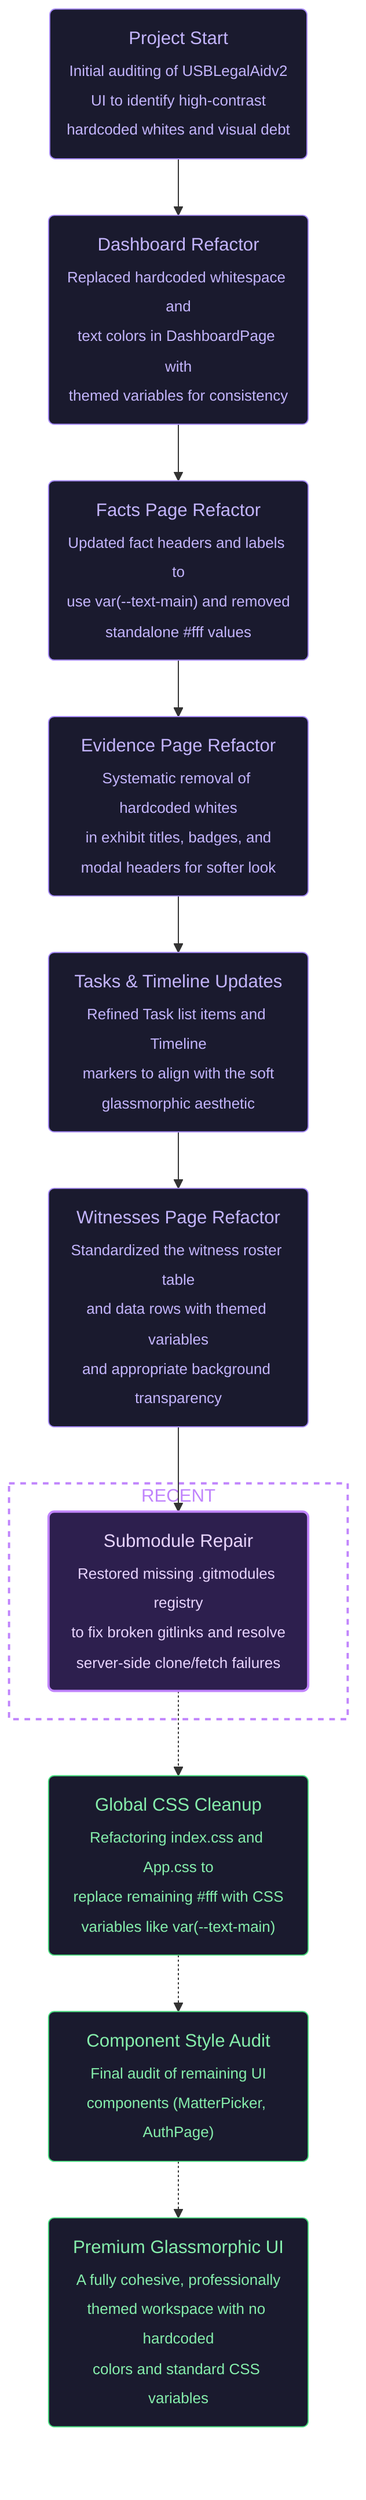
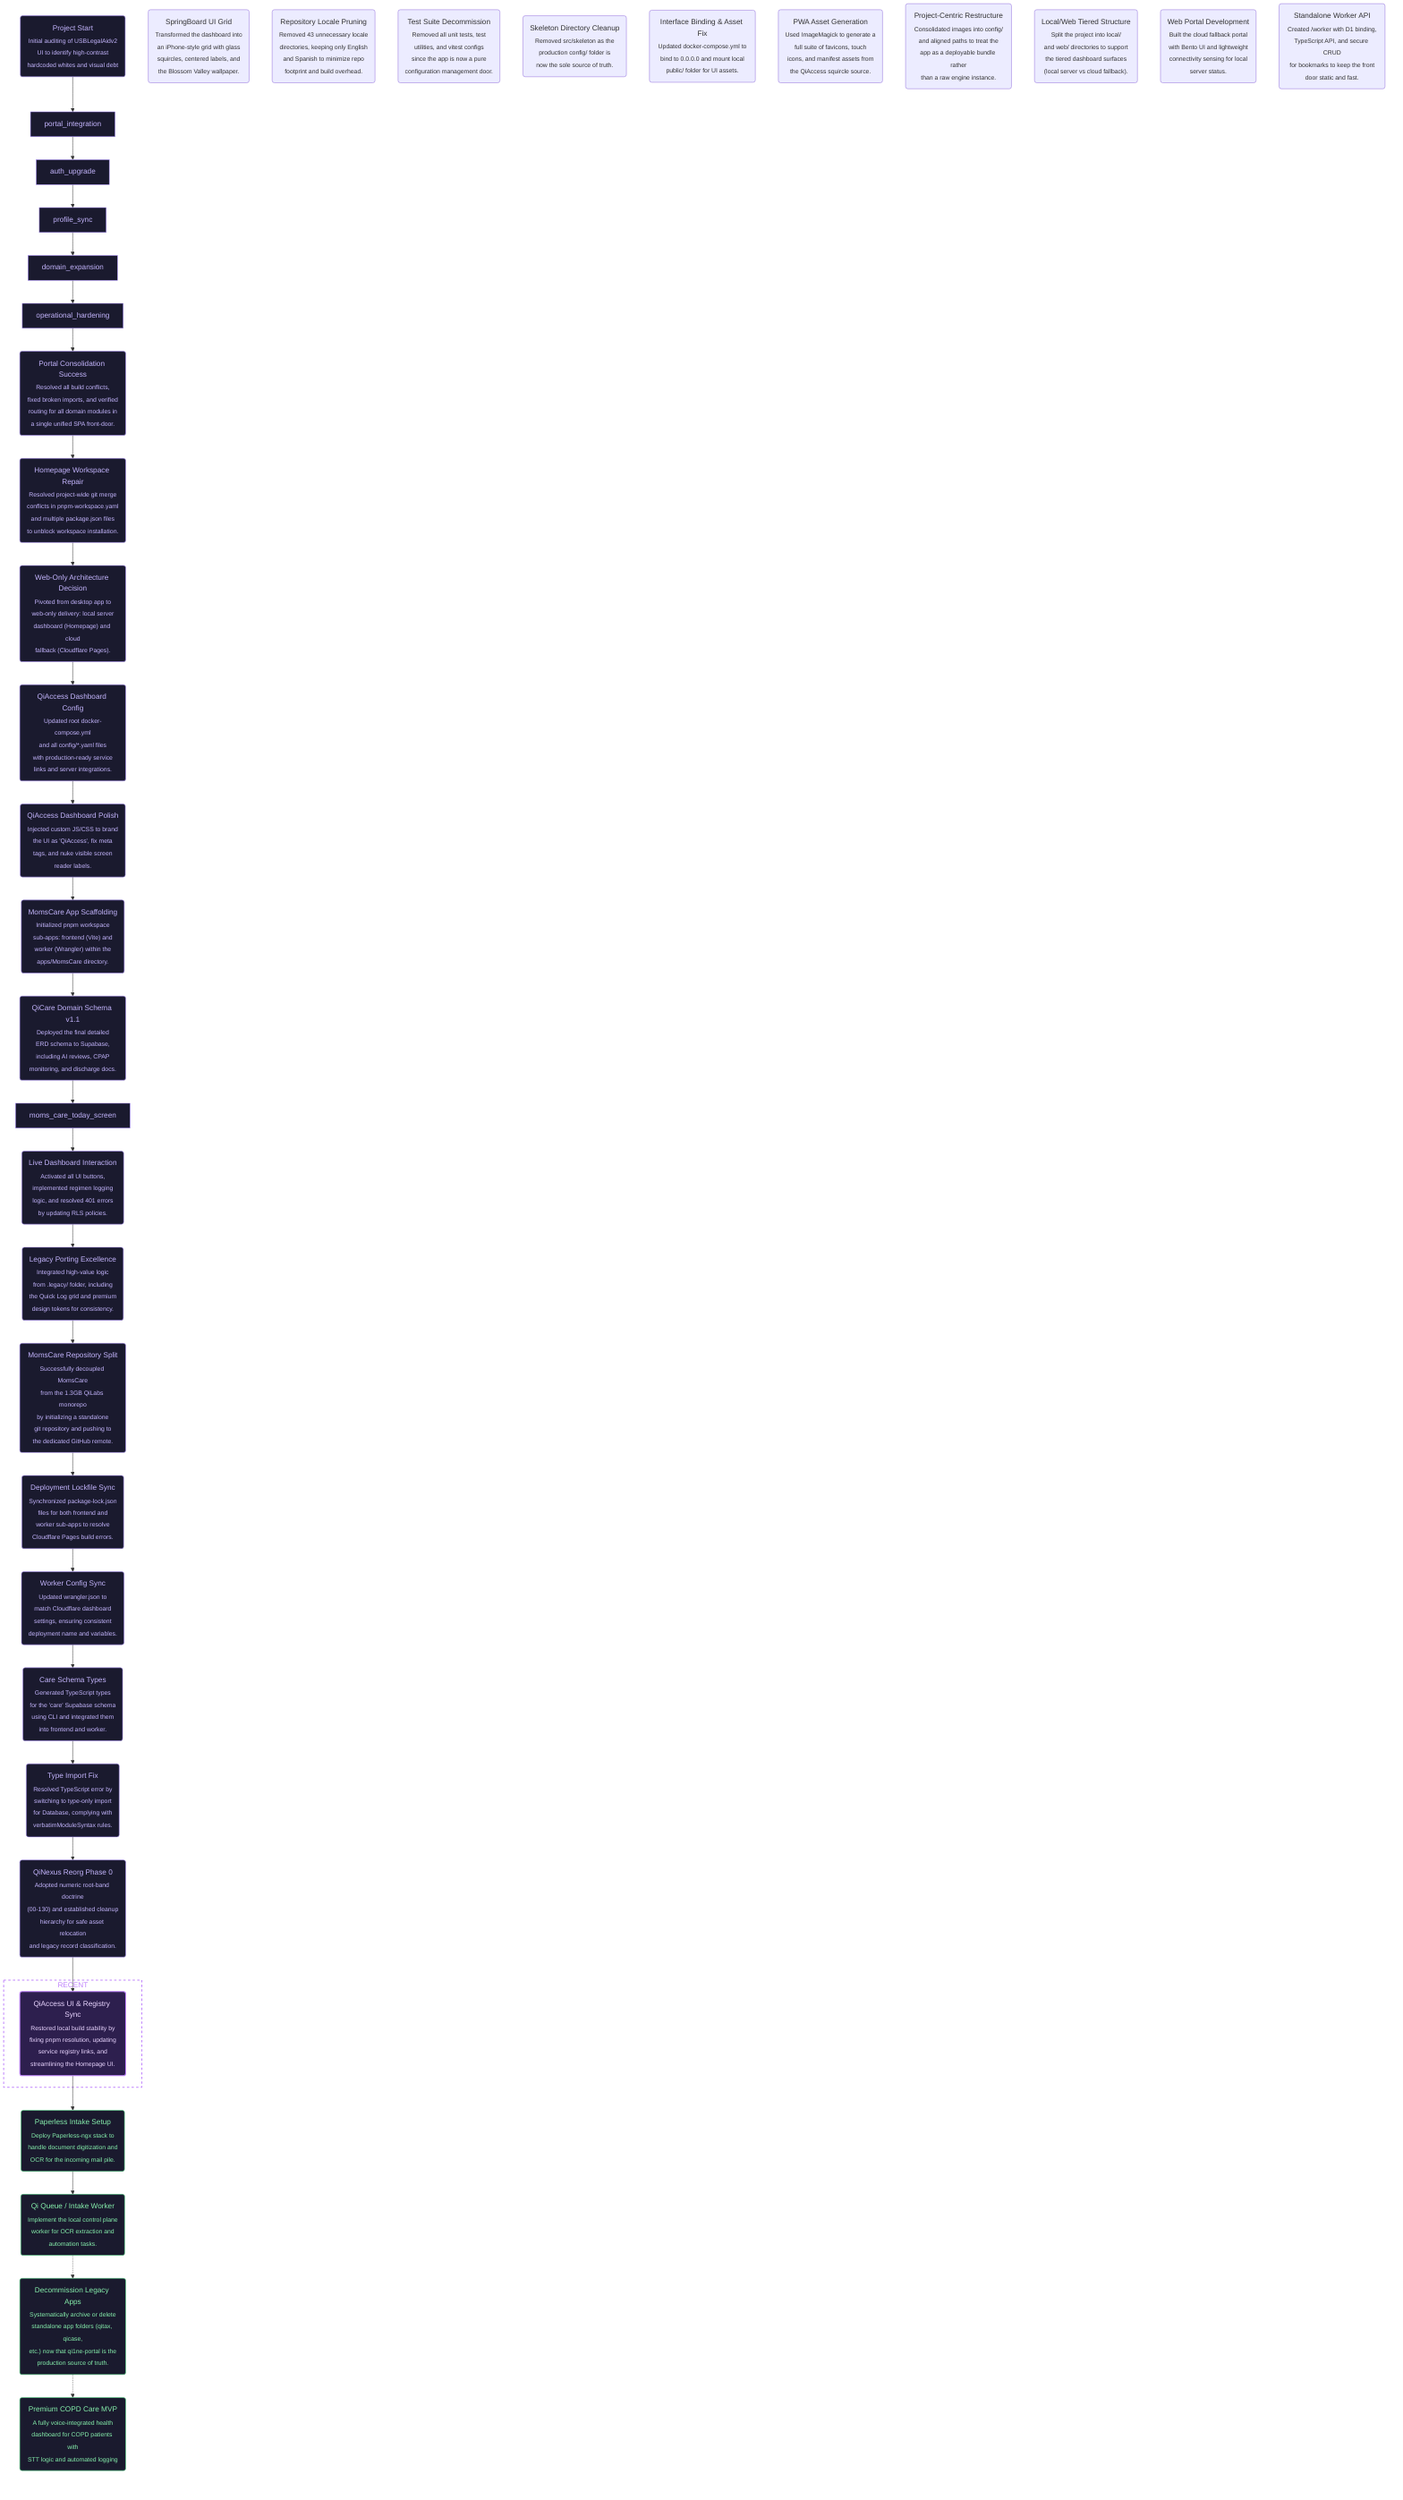
flowchart TD
    %% === PROJECT GOALS ===
-     %% Ultimate Goal: Refine USBLegalAid UI for professional look
-     %% Current Goal: Standardize repo infrastructure and theme refinement
+     %% Ultimate Goal: Premium Glassmorphic COPD Care MVP (QiHome / Mom Care)
+     %% Current Goal: MomsCare MVP Development (Today Screen + Schema)

    %% === START ===
    %% @project_start [start, closed, 2026-04-04, nam]
    project_start("Project Start<br/><sub>Initial auditing of USBLegalAidv2<br/>UI to identify high-contrast<br/>hardcoded whites and visual debt</sub>")

-     %% @ultimate_goal [end, opened, 2026-04-04, nam]
-     ultimate_goal("Premium Glassmorphic UI<br/><sub>A fully cohesive, professionally<br/>themed workspace with no hardcoded<br/>colors and standard CSS variables</sub>")
+     %% @ultimate_goal [end, opened, 2026-04-09, nam]
+     ultimate_goal("Premium COPD Care MVP<br/><sub>A fully voice-integrated health<br/>dashboard for COPD patients with<br/>STT logic and automated logging</sub>")

    %% === COMPLETED WORK ===
-     %% @dashboard_refactor [ai-task, closed, 2026-04-04, nam]
-     dashboard_refactor("Dashboard Refactor<br/><sub>Replaced hardcoded whitespace and<br/>text colors in DashboardPage with<br/>themed variables for consistency</sub>")
+     %% @consolidation_success [ai-task, closed, 2026-04-19, nam]
+     consolidation_success("Portal Consolidation Success<br/><sub>Resolved all build conflicts,<br/>fixed broken imports, and verified<br/>routing for all domain modules in<br/>a single unified SPA front-door.</sub>")

-     %% @facts_refactor [ai-task, closed, 2026-04-04, nam]
-     facts_refactor("Facts Page Refactor<br/><sub>Updated fact headers and labels to<br/>use var(--text-main) and removed<br/>standalone #fff values</sub>")
+     %% @homepage_setup [ai-task, closed, 2026-04-21, nam]
+     homepage_setup("Homepage Workspace Repair<br/><sub>Resolved project-wide git merge<br/>conflicts in pnpm-workspace.yaml<br/>and multiple package.json files<br/>to unblock workspace installation.</sub>")

-     %% @evidence_refactor [ai-task, closed, 2026-04-04, nam]
-     evidence_refactor("Evidence Page Refactor<br/><sub>Systematic removal of hardcoded whites<br/>in exhibit titles, badges, and<br/>modal headers for softer look</sub>")
+     %% @web_only_decision [human-task, closed, 2026-04-21, user]
+     web_only_decision("Web-Only Architecture Decision<br/><sub>Pivoted from desktop app to<br/>web-only delivery: local server<br/>dashboard (Homepage) and cloud<br/>fallback (Cloudflare Pages).</sub>")

-     %% @tasks_timeline_refactor [ai-task, closed, 2026-04-04, nam]
-     tasks_timeline_refactor("Tasks & Timeline Updates<br/><sub>Refined Task list items and Timeline<br/>markers to align with the soft<br/>glassmorphic aesthetic</sub>")
+     %% @homepage_config [ai-task, closed, 2026-04-21, nam]
+     homepage_config("QiAccess Dashboard Config<br/><sub>Updated root docker-compose.yml<br/>and all config/*.yaml files<br/>with production-ready service<br/>links and server integrations.</sub>")

-     %% @witness_refactor [ai-task, closed, 2026-04-04, nam]
-     witness_refactor("Witnesses Page Refactor<br/><sub>Standardized the witness roster table<br/>and data rows with themed variables<br/>and appropriate background transparency</sub>")
+     %% @homepage_polish [ai-task, closed, 2026-04-21, nam]
+     homepage_polish("QiAccess Dashboard Polish<br/><sub>Injected custom JS/CSS to brand<br/>the UI as 'QiAccess', fix meta<br/>tags, and nuke visible screen<br/>reader labels.</sub>")

-     %% @repo_fix [ai-task, closed, 2026-04-05, nam]
-     repo_fix("Submodule Repair<br/><sub>Restored missing .gitmodules registry<br/>to fix broken gitlinks and resolve<br/>server-side clone/fetch failures</sub>")
+     %% @springboard_ui [ai-task, closed, 2026-04-21, nam]
+     springboard_ui("SpringBoard UI Grid<br/><sub>Transformed the dashboard into<br/>an iPhone-style grid with glass<br/>squircles, centered labels, and<br/>the Blossom Valley wallpaper.</sub>")
+ 
+     %% @repo_pruning [ai-task, closed, 2026-04-21, nam]
+     repo_pruning("Repository Locale Pruning<br/><sub>Removed 43 unnecessary locale<br/>directories, keeping only English<br/>and Spanish to minimize repo<br/>footprint and build overhead.</sub>")
+ 
+     %% @test_pruning [ai-task, closed, 2026-04-21, nam]
+     test_pruning("Test Suite Decommission<br/><sub>Removed all unit tests, test<br/>utilities, and vitest configs<br/>since the app is now a pure<br/>configuration management door.</sub>")
+ 
+     %% @skeleton_removal [ai-task, closed, 2026-04-21, nam]
+     skeleton_removal("Skeleton Directory Cleanup<br/><sub>Removed src/skeleton as the<br/>production config/ folder is<br/>now the sole source of truth.</sub>")
+ 
+     %% @compose_v3_fix [ai-task, closed, 2026-04-21, nam]
+     compose_v3_fix("Interface Binding & Asset Fix<br/><sub>Updated docker-compose.yml to<br/>bind to 0.0.0.0 and mount local<br/>public/ folder for UI assets.</sub>")
+ 
+     %% @pwa_asset_generation [ai-task, closed, 2026-04-21, nam]
+     pwa_asset_generation("PWA Asset Generation<br/><sub>Used ImageMagick to generate a<br/>full suite of favicons, touch<br/>icons, and manifest assets from<br/>the QiAccess squircle source.</sub>")
+ 
+     %% @project_centric_restructure [ai-task, closed, 2026-04-21, nam]
+     project_centric_restructure("Project-Centric Restructure<br/><sub>Consolidated images into config/<br/>and aligned paths to treat the<br/>app as a deployable bundle rather<br/>than a raw engine instance.</sub>")
+ 
+     %% @local_web_split [ai-task, closed, 2026-04-21, nam]
+     local_web_split("Local/Web Tiered Structure<br/><sub>Split the project into local/<br/>and web/ directories to support<br/>the tiered dashboard surfaces<br/>(local server vs cloud fallback).</sub>")
+ 
+     %% @web_portal_dev [ai-task, closed, 2026-04-21, nam]
+     web_portal_dev("Web Portal Development<br/><sub>Built the cloud fallback portal<br/>with Bento UI and lightweight<br/>connectivity sensing for local<br/>server status.</sub>")
+ 
+     %% @worker_api_dev [ai-task, closed, 2026-04-21, nam]
+     worker_api_dev("Standalone Worker API<br/><sub>Created /worker with D1 binding,<br/>TypeScript API, and secure CRUD<br/>for bookmarks to keep the front<br/>door static and fast.</sub>")
+ 
+     %% === COMPLETED WORK ===
+     %% @moms_care_scaffold [ai-task, closed, 2026-04-21, nam]
+     moms_care_scaffold("MomsCare App Scaffolding<br/><sub>Initialized pnpm workspace<br/>sub-apps: frontend (Vite) and<br/>worker (Wrangler) within the<br/>apps/MomsCare directory.</sub>")
+ 
+     %% @moms_care_schema [ai-task, closed, 2026-04-21, nam]
+     moms_care_schema("QiCare Domain Schema v1.1<br/><sub>Deployed the final detailed<br/>ERD schema to Supabase,<br/>including AI reviews, CPAP<br/>monitoring, and discharge docs.</sub>")
+ 
+     %% @live_dashboard_interaction [ai-task, closed, 2026-04-21, nam]
+     live_dashboard_interaction("Live Dashboard Interaction<br/><sub>Activated all UI buttons,<br/>implemented regimen logging<br/>logic, and resolved 401 errors<br/>by updating RLS policies.</sub>")
+ 
+     %% @legacy_port [ai-task, closed, 2026-04-21, nam]
+     legacy_port("Legacy Porting Excellence<br/><sub>Integrated high-value logic<br/>from .legacy/ folder, including<br/>the Quick Log grid and premium<br/>design tokens for consistency.</sub>")
+ 
+     %% @momscare_repo_split [ai-task, closed, 2026-04-21, nam]
+     momscare_repo_split("MomsCare Repository Split<br/><sub>Successfully decoupled MomsCare<br/>from the 1.3GB QiLabs monorepo<br/>by initializing a standalone<br/>git repository and pushing to<br/>the dedicated GitHub remote.</sub>")
+ 
+     %% @deployment_lockfile_fix [ai-task, closed, 2026-04-21, nam]
+     deployment_lockfile_fix("Deployment Lockfile Sync<br/><sub>Synchronized package-lock.json<br/>files for both frontend and<br/>worker sub-apps to resolve<br/>Cloudflare Pages build errors.</sub>")
+ 
+     %% @worker_config_sync [ai-task, closed, 2026-04-21, nam]
+     worker_config_sync("Worker Config Sync<br/><sub>Updated wrangler.json to<br/>match Cloudflare dashboard<br/>settings, ensuring consistent<br/>deployment name and variables.</sub>")
+ 
+     %% @care_schema_types [ai-task, closed, 2026-04-21, nam]
+     care_schema_types("Care Schema Types<br/><sub>Generated TypeScript types<br/>for the 'care' Supabase schema<br/>using CLI and integrated them<br/>into frontend and worker.</sub>")
+ 
+     %% @type_import_fix [ai-task, closed, 2026-04-21, nam]
+     type_import_fix("Type Import Fix<br/><sub>Resolved TypeScript error by<br/>switching to type-only import<br/>for Database, complying with<br/>verbatimModuleSyntax rules.</sub>")
+ 
+     %% @qinexus_reorg_ph0 [ai-task, closed, 2026-05-10, antigravity]
+     qinexus_reorg_ph0("QiNexus Reorg Phase 0<br/><sub>Adopted numeric root-band doctrine<br/>(00-130) and established cleanup<br/>hierarchy for safe asset relocation<br/>and legacy record classification.</sub>")
+ 
+     %% @qiaccess_ui_repair [ai-task, closed, 2026-05-10, antigravity]
+     qiaccess_ui_repair("QiAccess UI & Registry Sync<br/><sub>Restored local build stability by<br/>fixing pnpm resolution, updating<br/>service registry links, and<br/>streamlining the Homepage UI.</sub>")

    %% === RECENT WORK ===
    subgraph recent [RECENT]
-         repo_fix
+         qiaccess_ui_repair
    end

    %% === FUTURE WORK ===
-     %% @css_cleanup [ai-task, opened, 2026-04-04, nam]
-     css_cleanup("Global CSS Cleanup<br/><sub>Refactoring index.css and App.css to<br/>replace remaining #fff with CSS<br/>variables like var(--text-main)</sub>")
+     %% @paperless_setup [ai-task, opened, 2026-04-21, nam]
+     paperless_setup("Paperless Intake Setup<br/><sub>Deploy Paperless-ngx stack to<br/>handle document digitization and<br/>OCR for the incoming mail pile.</sub>")

-     %% @component_audit [ai-task, opened, 2026-04-04, nam]
-     component_audit("Component Style Audit<br/><sub>Final audit of remaining UI<br/>components (MatterPicker, AuthPage)</sub>")
+ 
+     %% @qi_queue_worker [ai-task, opened, 2026-04-21, nam]
+     qi_queue_worker("Qi Queue / Intake Worker<br/><sub>Implement the local control plane<br/>worker for OCR extraction and<br/>automation tasks.</sub>")
+ 
+     %% @legacy_cleanup [human-task, opened, 2026-04-19, user]
+     legacy_cleanup("Decommission Legacy Apps<br/><sub>Systematically archive or delete<br/>standalone app folders (qitax, qicase,<br/>etc.) now that qi1ne-portal is the<br/>production source of truth.</sub>")

    %% === CONNECTIONS ===
-     project_start --> dashboard_refactor
-     dashboard_refactor --> facts_refactor
-     facts_refactor --> evidence_refactor
-     evidence_refactor --> tasks_timeline_refactor
-     tasks_timeline_refactor --> witness_refactor
-     witness_refactor --> repo_fix
-     repo_fix -.-> css_cleanup
-     css_cleanup -.-> component_audit
-     component_audit -.-> ultimate_goal
+     project_start --> portal_integration
+     portal_integration --> auth_upgrade
+     auth_upgrade --> profile_sync
+     profile_sync --> domain_expansion
+     domain_expansion --> operational_hardening
+     operational_hardening --> consolidation_success
+     consolidation_success --> homepage_setup
+     homepage_setup --> web_only_decision
+     web_only_decision --> homepage_config
+     homepage_config --> homepage_polish
+     homepage_polish --> moms_care_scaffold
+     moms_care_scaffold --> moms_care_schema
+     moms_care_schema --> moms_care_today_screen
+     moms_care_today_screen --> live_dashboard_interaction
+     live_dashboard_interaction --> legacy_port
+     legacy_port --> momscare_repo_split
+     momscare_repo_split --> deployment_lockfile_fix
+     deployment_lockfile_fix --> worker_config_sync
+     worker_config_sync --> care_schema_types
+     care_schema_types --> type_import_fix
+     type_import_fix --> qinexus_reorg_ph0
+     qinexus_reorg_ph0 --> qiaccess_ui_repair
+     qiaccess_ui_repair --> paperless_setup
+     paperless_setup --> qi_queue_worker
+     qi_queue_worker -.-> legacy_cleanup
+     legacy_cleanup -.-> ultimate_goal

    %% === STYLES ===
    %% Closed tasks (soft purple)
    style project_start fill:#1a1a2e,stroke:#a78bfa,color:#c4b5fd,stroke-width:1px
-     style dashboard_refactor fill:#1a1a2e,stroke:#a78bfa,color:#c4b5fd,stroke-width:1px
-     style facts_refactor fill:#1a1a2e,stroke:#a78bfa,color:#c4b5fd,stroke-width:1px
-     style evidence_refactor fill:#1a1a2e,stroke:#a78bfa,color:#c4b5fd,stroke-width:1px
-     style tasks_timeline_refactor fill:#1a1a2e,stroke:#a78bfa,color:#c4b5fd,stroke-width:1px
-     style witness_refactor fill:#1a1a2e,stroke:#a78bfa,color:#c4b5fd,stroke-width:1px
-     style repo_fix fill:#1a1a2e,stroke:#a78bfa,color:#c4b5fd,stroke-width:1px
+     style portal_integration fill:#1a1a2e,stroke:#a78bfa,color:#c4b5fd,stroke-width:1px
+     style auth_upgrade fill:#1a1a2e,stroke:#a78bfa,color:#c4b5fd,stroke-width:1px
+     style profile_sync fill:#1a1a2e,stroke:#a78bfa,color:#c4b5fd,stroke-width:1px
+     style domain_expansion fill:#1a1a2e,stroke:#a78bfa,color:#c4b5fd,stroke-width:1px
+     style operational_hardening fill:#1a1a2e,stroke:#a78bfa,color:#c4b5fd,stroke-width:1px
+     style consolidation_success fill:#1a1a2e,stroke:#a78bfa,color:#c4b5fd,stroke-width:1px
+     style homepage_setup fill:#1a1a2e,stroke:#a78bfa,color:#c4b5fd,stroke-width:1px
+     style web_only_decision fill:#1a1a2e,stroke:#a78bfa,color:#c4b5fd,stroke-width:1px
+     style homepage_config fill:#1a1a2e,stroke:#a78bfa,color:#c4b5fd,stroke-width:1px
+     style homepage_polish fill:#1a1a2e,stroke:#a78bfa,color:#c4b5fd,stroke-width:1px

    %% Recent node (highlighted purple)
-     style repo_fix fill:#2d1f4e,stroke:#c084fc,color:#e9d5ff,stroke-width:2px
+     style qiaccess_ui_repair fill:#2d1f4e,stroke:#c084fc,color:#e9d5ff,stroke-width:2px

    %% Recent subgraph (dashed border)
    style recent fill:transparent,stroke:#c084fc,color:#c084fc,stroke-width:2px,stroke-dasharray:5 5

    %% Open tasks (soft green)
    style ultimate_goal fill:#1a1a2e,stroke:#4ade80,color:#86efac,stroke-width:1px
-     style css_cleanup fill:#1a1a2e,stroke:#4ade80,color:#86efac,stroke-width:1px
-     style component_audit fill:#1a1a2e,stroke:#4ade80,color:#86efac,stroke-width:1px
+     style legacy_cleanup fill:#1a1a2e,stroke:#4ade80,color:#86efac,stroke-width:1px
+     style paperless_setup fill:#1a1a2e,stroke:#4ade80,color:#86efac,stroke-width:1px
+     style qi_queue_worker fill:#1a1a2e,stroke:#4ade80,color:#86efac,stroke-width:1px

+     %% MomsCare styles
+     style moms_care_scaffold fill:#1a1a2e,stroke:#a78bfa,color:#c4b5fd,stroke-width:1px
+     style moms_care_schema fill:#1a1a2e,stroke:#a78bfa,color:#c4b5fd,stroke-width:1px
+     style moms_care_today_screen fill:#1a1a2e,stroke:#a78bfa,color:#c4b5fd,stroke-width:1px
+     style live_dashboard_interaction fill:#1a1a2e,stroke:#a78bfa,color:#c4b5fd,stroke-width:1px
+     style legacy_port fill:#1a1a2e,stroke:#a78bfa,color:#c4b5fd,stroke-width:1px
+     style momscare_repo_split fill:#1a1a2e,stroke:#a78bfa,color:#c4b5fd,stroke-width:1px
+     style deployment_lockfile_fix fill:#1a1a2e,stroke:#a78bfa,color:#c4b5fd,stroke-width:1px
+     style worker_config_sync fill:#1a1a2e,stroke:#a78bfa,color:#c4b5fd,stroke-width:1px
+     style care_schema_types fill:#1a1a2e,stroke:#a78bfa,color:#c4b5fd,stroke-width:1px
+     style type_import_fix fill:#1a1a2e,stroke:#a78bfa,color:#c4b5fd,stroke-width:1px
+     style qinexus_reorg_ph0 fill:#1a1a2e,stroke:#a78bfa,color:#c4b5fd,stroke-width:1px
+     style qiaccess_ui_repair fill:#2d1f4e,stroke:#c084fc,color:#e9d5ff,stroke-width:2px
+ 
+ 
+ 
